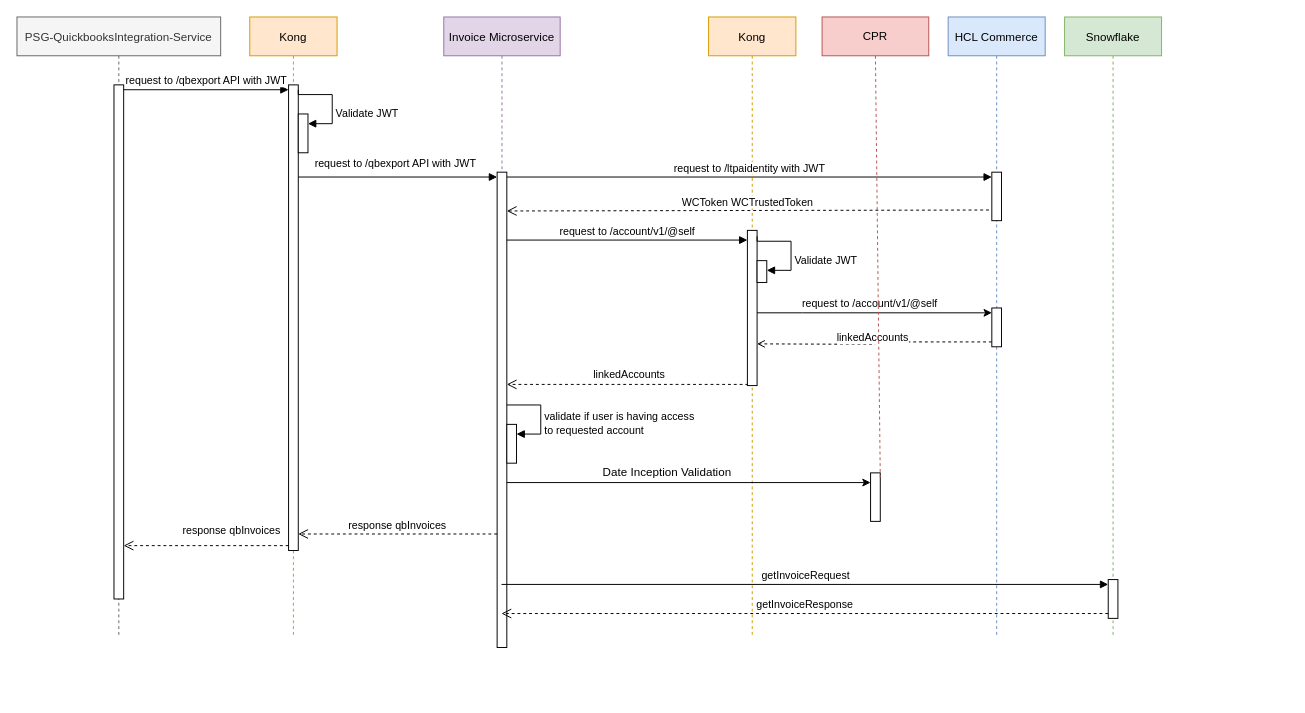
The draw.io diagram Invoice Microservice QBExport Sequence Diagram.drawio.xml in mem848/Draw.IO, before the edit. Source tidied: cells renumbered, new cells numbered last; positions are measured from the earlier drawing's top-left corner, leaving out a move shared by most shapes. Both pictures are drawn from the tidied source at 97%, with x=0, y=0 at pixel (16, 16).
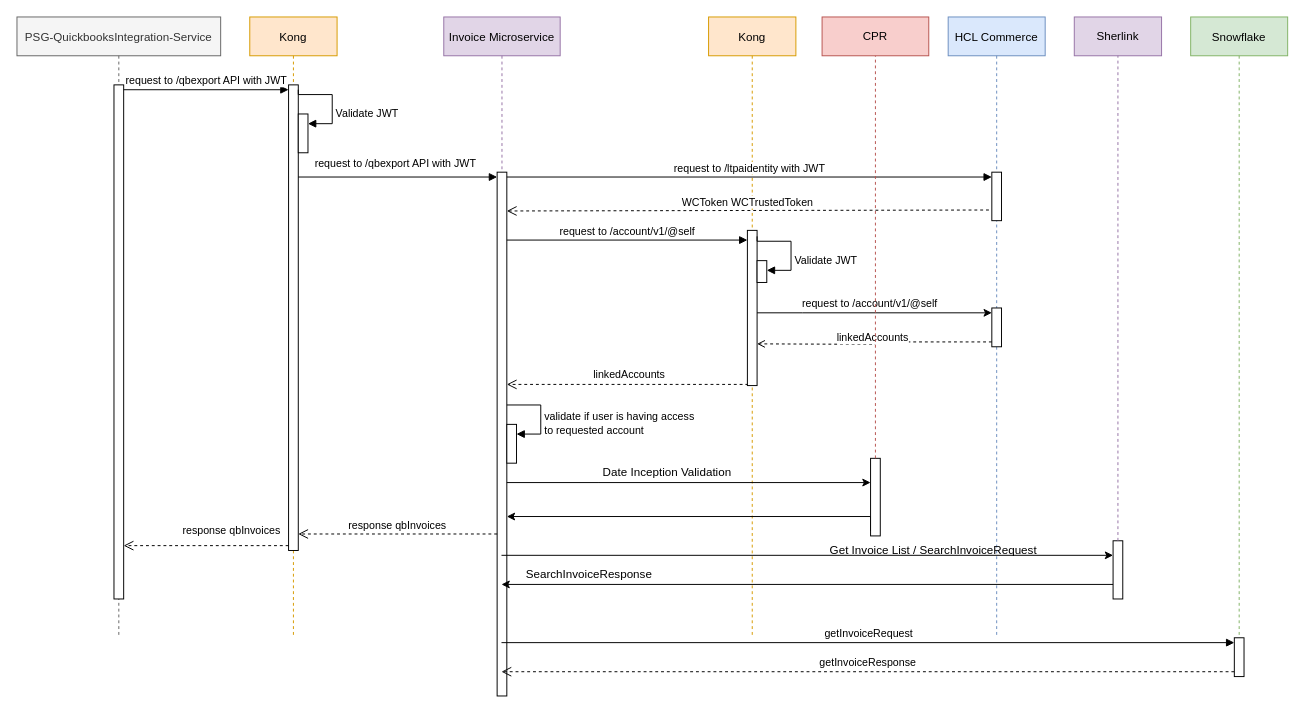
Above is the later version.

Change to the diagram source:
```diff
@@
     <mxCell id="4" value="Invoice Microservice" style="shape=umlLifeline;perimeter=lifelinePerimeter;rounded=0;shadow=0;strokeWidth=1;fillColor=#e1d5e7;strokeColor=#9673a6;" parent="1" vertex="1">
-      <mxGeometry x="440" width="120" height="650" as="geometry" />
+      <mxGeometry x="440" width="120" height="700" as="geometry" />
     </mxCell>
     <mxCell id="5" style="html=1;points=[[0,0,0,0,5],[0,1,0,0,-5],[1,0,0,0,5],[1,1,0,0,-5]];perimeter=orthogonalPerimeter;outlineConnect=0;targetShapes=umlLifeline;portConstraint=eastwest;newEdgeStyle={&quot;curved&quot;:0,&quot;rounded&quot;:0};" parent="4" vertex="1">
-      <mxGeometry x="55" y="160" width="10" height="490" as="geometry" />
+      <mxGeometry x="55" y="160" width="10" height="540" as="geometry" />
     </mxCell>
@@
     <mxCell id="11" value="Snowflake" style="shape=umlLifeline;perimeter=lifelinePerimeter;rounded=0;shadow=0;strokeWidth=1;fillColor=#d5e8d4;strokeColor=#82b366;" parent="1" vertex="1">
-      <mxGeometry x="1080" width="100" height="640" as="geometry" />
+      <mxGeometry x="1210" width="100" height="640" as="geometry" />
     </mxCell>
-    <mxCell id="12" style="html=1;points=[[0,0,0,0,5],[0,1,0,0,-5],[1,0,0,0,5],[1,1,0,0,-5]];perimeter=orthogonalPerimeter;outlineConnect=0;targetShapes=umlLifeline;portConstraint=eastwest;newEdgeStyle={&quot;curved&quot;:0,&quot;rounded&quot;:0};" parent="11" vertex="1">
-      <mxGeometry x="45" y="580" width="10" height="40" as="geometry" />
-    </mxCell>
@@
+    <mxCell id="45" style="edgeStyle=orthogonalEdgeStyle;rounded=0;jettySize=auto;html=1;curved=0;exitX=0;exitY=1;exitDx=0;exitDy=-5;exitPerimeter=0;" parent="1" edge="1" source="41" target="5">
+      <mxGeometry relative="1" as="geometry">
+        <Array as="points">
+          <mxPoint x="500" y="515" />
+          <mxPoint x="500" y="515" />
+        </Array>
+      </mxGeometry>
+    </mxCell>
     <mxCell id="41" style="html=1;points=[[0,0,0,0,5],[0,1,0,0,-5],[1,0,0,0,5],[1,1,0,0,-5]];perimeter=orthogonalPerimeter;outlineConnect=0;targetShapes=umlLifeline;portConstraint=eastwest;newEdgeStyle={&quot;curved&quot;:0,&quot;rounded&quot;:0};" parent="1" vertex="1">
-      <mxGeometry x="880" y="470" width="10" height="50" as="geometry" />
+      <mxGeometry x="880" y="455" width="10" height="80" as="geometry" />
     </mxCell>
-    <mxCell id="42" style="endArrow=none;dashed=1;html=1;rounded=0;fillColor=#f8cecc;strokeColor=#b85450;exitX=1;exitY=0;exitDx=0;exitDy=5;exitPerimeter=0;" parent="1" edge="1" source="41">
+    <mxCell id="42" style="endArrow=none;dashed=1;html=1;rounded=0;fillColor=#f8cecc;strokeColor=#b85450;" parent="1" edge="1" source="41">
       <mxGeometry relative="1" as="geometry">
         <mxPoint x="885" y="40" as="targetPoint" />
       </mxGeometry>
     </mxCell>
@@
+    <mxCell id="46" value="Sherlink" style="rounded=0;whiteSpace=wrap;html=1;fillColor=#e1d5e7;strokeColor=#9673a6;" parent="1" vertex="1">
+      <mxGeometry x="1090" width="90" height="40" as="geometry" />
+    </mxCell>
+    <mxCell id="12" style="html=1;points=[[0,0,0,0,5],[0,1,0,0,-5],[1,0,0,0,5],[1,1,0,0,-5]];perimeter=orthogonalPerimeter;outlineConnect=0;targetShapes=umlLifeline;portConstraint=eastwest;newEdgeStyle={&quot;curved&quot;:0,&quot;rounded&quot;:0};" parent="1" vertex="1">
+      <mxGeometry x="1255" y="640" width="10" height="40" as="geometry" />
+    </mxCell>
+    <mxCell id="47" style="rounded=0;whiteSpace=wrap;html=1;" parent="1" vertex="1">
+      <mxGeometry x="1130" y="540" width="10" height="60" as="geometry" />
+    </mxCell>
+    <mxCell id="48" style="endArrow=none;dashed=1;html=1;rounded=0;entryX=0.5;entryY=1;entryDx=0;entryDy=0;exitX=0.5;exitY=0;exitDx=0;exitDy=0;fillColor=#e1d5e7;strokeColor=#9673a6;" parent="1" edge="1" source="47" target="46">
+      <mxGeometry relative="1" as="geometry" />
+    </mxCell>
+    <mxCell id="49" style="endArrow=classic;html=1;rounded=0;entryX=0;entryY=0.25;entryDx=0;entryDy=0;" parent="1" edge="1" source="4" target="47">
+      <mxGeometry relative="1" as="geometry" />
+    </mxCell>
+    <mxCell id="50" style="endArrow=classic;html=1;rounded=0;exitX=0;exitY=0.75;exitDx=0;exitDy=0;" parent="1" edge="1" source="47" target="4">
+      <mxGeometry relative="1" as="geometry" />
+    </mxCell>
+    <mxCell id="51" value="Get Invoice List / SearchInvoiceRequest" style="text;html=1;align=center;verticalAlign=middle;whiteSpace=wrap;rounded=0;" parent="1" vertex="1">
+      <mxGeometry x="820" y="535" width="250" height="30" as="geometry" />
+    </mxCell>
+    <mxCell id="52" value="SearchInvoiceResponse" style="text;html=1;align=center;verticalAlign=middle;whiteSpace=wrap;rounded=0;" parent="1" vertex="1">
+      <mxGeometry x="560" y="560" width="60" height="30" as="geometry" />
+    </mxCell>
```
